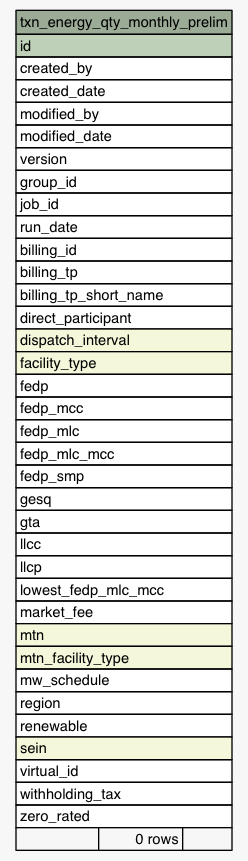
Earlier version of the Graphviz export Data/settlement/diagrams/summary/txn_energy_qty_monthly_prelim.1degree.png (eyana-m/python-data-dictionary-writer). Its source is kept beside it as Data/settlement/diagrams/summary/txn_energy_qty_monthly_prelim.1degree.dot. Source of this version:
```dot
digraph "txn_energy_qty_monthly_prelim" {
  graph [
    rankdir="RL"
    bgcolor="#f7f7f7"
    nodesep="0.18"
    ranksep="0.46"
    fontname="Helvetica"
    fontsize="11"
  ];
  node [
    fontname="Helvetica"
    fontsize="11"
    shape="plaintext"
  ];
  edge [
    arrowsize="0.8"
  ];
  "txn_energy_qty_monthly_prelim" [
    label=<
    <TABLE BORDER="0" CELLBORDER="1" CELLSPACING="0" BGCOLOR="#ffffff">
      <TR><TD COLSPAN="3" BGCOLOR="#9bab96" ALIGN="CENTER">txn_energy_qty_monthly_prelim</TD></TR>
      <TR><TD PORT="id" COLSPAN="3" BGCOLOR="#bed1b8" ALIGN="LEFT">id</TD></TR>
      <TR><TD PORT="created_by" COLSPAN="3" ALIGN="LEFT">created_by</TD></TR>
      <TR><TD PORT="created_date" COLSPAN="3" ALIGN="LEFT">created_date</TD></TR>
      <TR><TD PORT="modified_by" COLSPAN="3" ALIGN="LEFT">modified_by</TD></TR>
      <TR><TD PORT="modified_date" COLSPAN="3" ALIGN="LEFT">modified_date</TD></TR>
      <TR><TD PORT="version" COLSPAN="3" ALIGN="LEFT">version</TD></TR>
      <TR><TD PORT="group_id" COLSPAN="3" ALIGN="LEFT">group_id</TD></TR>
      <TR><TD PORT="job_id" COLSPAN="3" ALIGN="LEFT">job_id</TD></TR>
      <TR><TD PORT="run_date" COLSPAN="3" ALIGN="LEFT">run_date</TD></TR>
      <TR><TD PORT="billing_id" COLSPAN="3" ALIGN="LEFT">billing_id</TD></TR>
      <TR><TD PORT="billing_tp" COLSPAN="3" ALIGN="LEFT">billing_tp</TD></TR>
      <TR><TD PORT="billing_tp_short_name" COLSPAN="3" ALIGN="LEFT">billing_tp_short_name</TD></TR>
      <TR><TD PORT="direct_participant" COLSPAN="3" ALIGN="LEFT">direct_participant</TD></TR>
      <TR><TD PORT="dispatch_interval" COLSPAN="3" BGCOLOR="#f4f7da" ALIGN="LEFT">dispatch_interval</TD></TR>
      <TR><TD PORT="facility_type" COLSPAN="3" BGCOLOR="#f4f7da" ALIGN="LEFT">facility_type</TD></TR>
      <TR><TD PORT="fedp" COLSPAN="3" ALIGN="LEFT">fedp</TD></TR>
      <TR><TD PORT="fedp_mcc" COLSPAN="3" ALIGN="LEFT">fedp_mcc</TD></TR>
      <TR><TD PORT="fedp_mlc" COLSPAN="3" ALIGN="LEFT">fedp_mlc</TD></TR>
      <TR><TD PORT="fedp_mlc_mcc" COLSPAN="3" ALIGN="LEFT">fedp_mlc_mcc</TD></TR>
      <TR><TD PORT="fedp_smp" COLSPAN="3" ALIGN="LEFT">fedp_smp</TD></TR>
      <TR><TD PORT="gesq" COLSPAN="3" ALIGN="LEFT">gesq</TD></TR>
      <TR><TD PORT="gta" COLSPAN="3" ALIGN="LEFT">gta</TD></TR>
      <TR><TD PORT="llcc" COLSPAN="3" ALIGN="LEFT">llcc</TD></TR>
      <TR><TD PORT="llcp" COLSPAN="3" ALIGN="LEFT">llcp</TD></TR>
      <TR><TD PORT="lowest_fedp_mlc_mcc" COLSPAN="3" ALIGN="LEFT">lowest_fedp_mlc_mcc</TD></TR>
      <TR><TD PORT="market_fee" COLSPAN="3" ALIGN="LEFT">market_fee</TD></TR>
      <TR><TD PORT="mtn" COLSPAN="3" BGCOLOR="#f4f7da" ALIGN="LEFT">mtn</TD></TR>
      <TR><TD PORT="mtn_facility_type" COLSPAN="3" BGCOLOR="#f4f7da" ALIGN="LEFT">mtn_facility_type</TD></TR>
      <TR><TD PORT="mw_schedule" COLSPAN="3" ALIGN="LEFT">mw_schedule</TD></TR>
      <TR><TD PORT="region" COLSPAN="3" ALIGN="LEFT">region</TD></TR>
      <TR><TD PORT="renewable" COLSPAN="3" ALIGN="LEFT">renewable</TD></TR>
      <TR><TD PORT="sein" COLSPAN="3" BGCOLOR="#f4f7da" ALIGN="LEFT">sein</TD></TR>
      <TR><TD PORT="virtual_id" COLSPAN="3" ALIGN="LEFT">virtual_id</TD></TR>
      <TR><TD PORT="withholding_tax" COLSPAN="3" ALIGN="LEFT">withholding_tax</TD></TR>
      <TR><TD PORT="zero_rated" COLSPAN="3" ALIGN="LEFT">zero_rated</TD></TR>
      <TR><TD ALIGN="LEFT" BGCOLOR="#f7f7f7">  </TD><TD ALIGN="RIGHT" BGCOLOR="#f7f7f7">0 rows</TD><TD ALIGN="RIGHT" BGCOLOR="#f7f7f7">  </TD></TR>
    </TABLE>>
    URL="tables/txn_energy_qty_monthly_prelim.html"
    tooltip="txn_energy_qty_monthly_prelim"
  ];
}
```
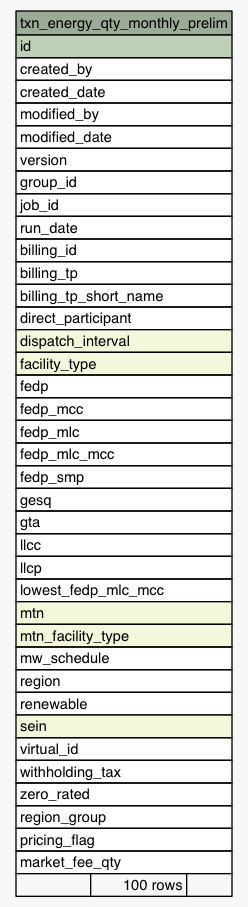
Later version of the same file.

Change to the diagram source:
```diff
@@ -44,7 +44,6 @@
       <TR><TD PORT="llcc" COLSPAN="3" ALIGN="LEFT">llcc</TD></TR>
       <TR><TD PORT="llcp" COLSPAN="3" ALIGN="LEFT">llcp</TD></TR>
       <TR><TD PORT="lowest_fedp_mlc_mcc" COLSPAN="3" ALIGN="LEFT">lowest_fedp_mlc_mcc</TD></TR>
-      <TR><TD PORT="market_fee" COLSPAN="3" ALIGN="LEFT">market_fee</TD></TR>
       <TR><TD PORT="mtn" COLSPAN="3" BGCOLOR="#f4f7da" ALIGN="LEFT">mtn</TD></TR>
       <TR><TD PORT="mtn_facility_type" COLSPAN="3" BGCOLOR="#f4f7da" ALIGN="LEFT">mtn_facility_type</TD></TR>
       <TR><TD PORT="mw_schedule" COLSPAN="3" ALIGN="LEFT">mw_schedule</TD></TR>
@@ -54,7 +53,10 @@
       <TR><TD PORT="virtual_id" COLSPAN="3" ALIGN="LEFT">virtual_id</TD></TR>
       <TR><TD PORT="withholding_tax" COLSPAN="3" ALIGN="LEFT">withholding_tax</TD></TR>
       <TR><TD PORT="zero_rated" COLSPAN="3" ALIGN="LEFT">zero_rated</TD></TR>
-      <TR><TD ALIGN="LEFT" BGCOLOR="#f7f7f7">  </TD><TD ALIGN="RIGHT" BGCOLOR="#f7f7f7">0 rows</TD><TD ALIGN="RIGHT" BGCOLOR="#f7f7f7">  </TD></TR>
+      <TR><TD PORT="region_group" COLSPAN="3" ALIGN="LEFT">region_group</TD></TR>
+      <TR><TD PORT="pricing_flag" COLSPAN="3" ALIGN="LEFT">pricing_flag</TD></TR>
+      <TR><TD PORT="market_fee_qty" COLSPAN="3" ALIGN="LEFT">market_fee_qty</TD></TR>
+      <TR><TD ALIGN="LEFT" BGCOLOR="#f7f7f7">  </TD><TD ALIGN="RIGHT" BGCOLOR="#f7f7f7">100 rows</TD><TD ALIGN="RIGHT" BGCOLOR="#f7f7f7">  </TD></TR>
     </TABLE>>
     URL="tables/txn_energy_qty_monthly_prelim.html"
     tooltip="txn_energy_qty_monthly_prelim"
```
